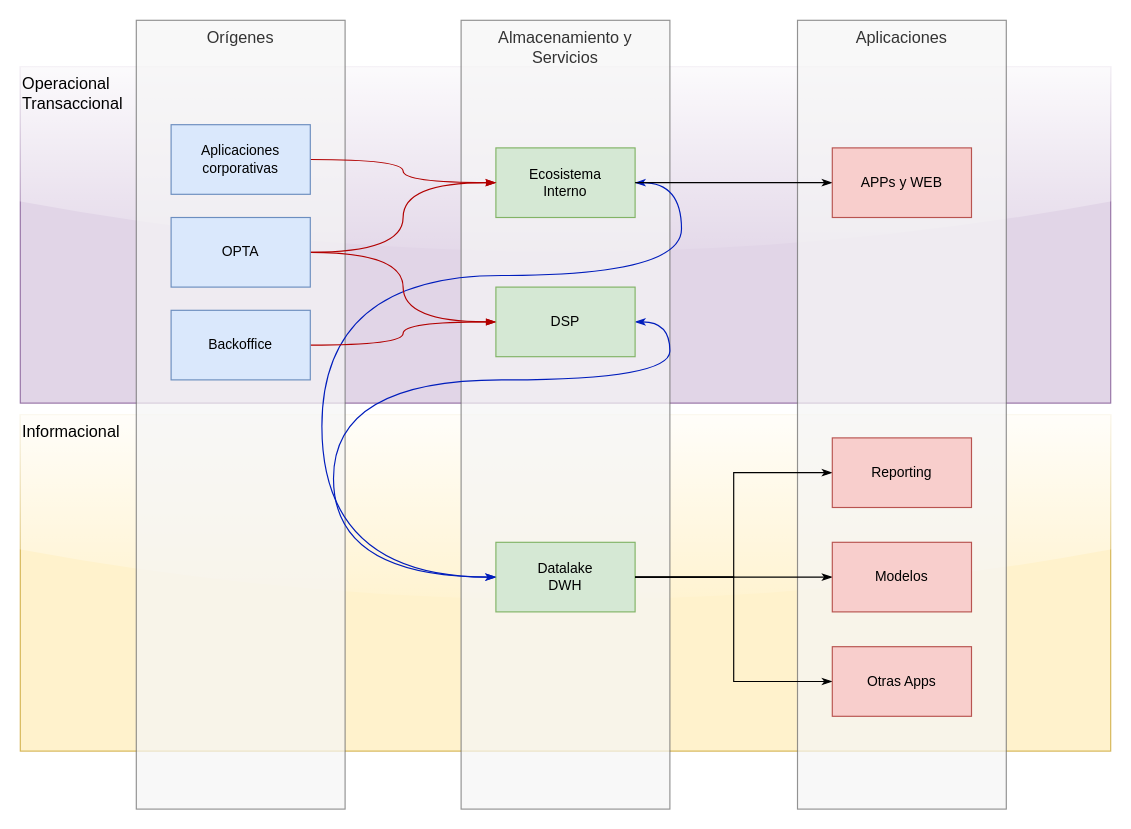
Above: draw.io/LaLiga/Sistemas_Informacion_v2.drawio in icuefue/draw.io (draw.io), before the change. Source tidied: cells renumbered, new cells numbered last; positions are measured from the earlier drawing's top-left corner, leaving out a move shared by most shapes. Both pictures are drawn from the tidied source at 116%, with x=0, y=0 at pixel (20, 20).
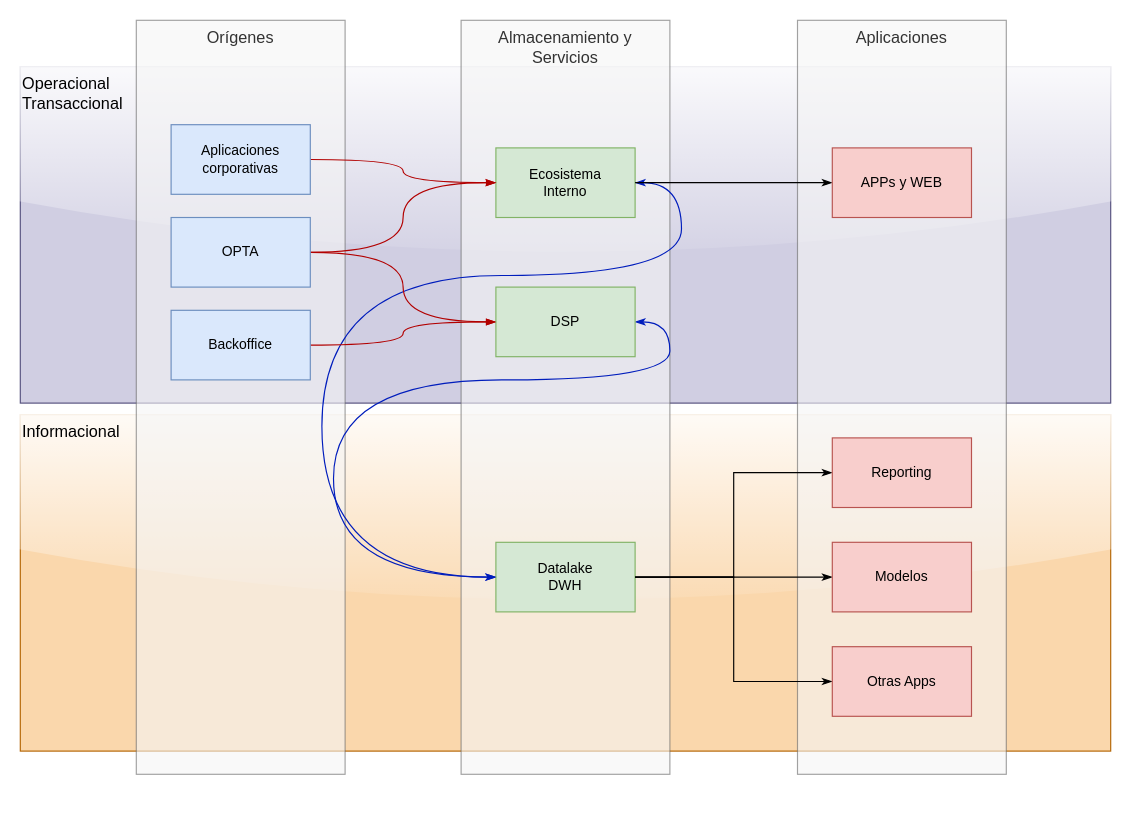
The same page after the edit.

What changed in the source:
```diff
@@
-    <mxCell id="2" value="Informacional" style="rounded=0;whiteSpace=wrap;html=1;verticalAlign=top;align=left;fillColor=#fff2cc;strokeColor=#d6b656;fontSize=14;glass=1;" parent="1" vertex="1">
+    <mxCell id="2" value="Informacional" style="rounded=0;whiteSpace=wrap;html=1;verticalAlign=top;align=left;fillColor=#fad7ac;strokeColor=#b46504;fontSize=14;glass=1;" parent="1" vertex="1">
       <mxGeometry y="340" width="940" height="290" as="geometry" />
     </mxCell>
-    <mxCell id="3" value="Operacional&lt;br style=&quot;font-size: 14px;&quot;&gt;Transaccional" style="rounded=0;whiteSpace=wrap;html=1;verticalAlign=top;align=left;fillColor=#e1d5e7;strokeColor=#9673a6;fontSize=14;glass=1;" parent="1" vertex="1">
+    <mxCell id="3" value="Operacional&lt;br style=&quot;font-size: 14px;&quot;&gt;Transaccional" style="rounded=0;whiteSpace=wrap;html=1;verticalAlign=top;align=left;fillColor=#d0cee2;strokeColor=#56517e;fontSize=14;glass=1;" parent="1" vertex="1">
       <mxGeometry y="40" width="940" height="290" as="geometry" />
     </mxCell>
-    <mxCell id="4" value="Aplicaciones" style="rounded=0;whiteSpace=wrap;html=1;align=center;verticalAlign=top;fillColor=#f5f5f5;strokeColor=#666666;fontColor=#333333;opacity=70;glass=0;fontSize=14;comic=0;shadow=0;" parent="1" vertex="1">
-      <mxGeometry x="670" width="180" height="680" as="geometry" />
+    <mxCell id="4" value="Aplicaciones" style="rounded=0;whiteSpace=wrap;html=1;align=center;verticalAlign=top;fillColor=#f5f5f5;strokeColor=#666666;fontColor=#333333;opacity=60;glass=0;fontSize=14;comic=0;shadow=0;" parent="1" vertex="1">
+      <mxGeometry x="670" width="180" height="650" as="geometry" />
     </mxCell>
-    <mxCell id="5" value="Almacenamiento y&lt;br style=&quot;font-size: 14px&quot;&gt;Servicios&lt;br style=&quot;font-size: 14px&quot;&gt;" style="rounded=0;whiteSpace=wrap;html=1;align=center;verticalAlign=top;fillColor=#f5f5f5;strokeColor=#666666;fontColor=#333333;opacity=70;fontSize=14;glass=0;" parent="1" vertex="1">
-      <mxGeometry x="380" width="180" height="680" as="geometry" />
+    <mxCell id="5" value="Almacenamiento y&lt;br style=&quot;font-size: 14px&quot;&gt;Servicios&lt;br style=&quot;font-size: 14px&quot;&gt;" style="rounded=0;whiteSpace=wrap;html=1;align=center;verticalAlign=top;fillColor=#f5f5f5;strokeColor=#666666;fontColor=#333333;opacity=60;fontSize=14;glass=0;" parent="1" vertex="1">
+      <mxGeometry x="380" width="180" height="650" as="geometry" />
     </mxCell>
-    <mxCell id="6" value="Orígenes&lt;br style=&quot;font-size: 14px;&quot;&gt;" style="rounded=0;whiteSpace=wrap;html=1;align=center;verticalAlign=top;fillColor=#f5f5f5;strokeColor=#666666;fontColor=#333333;opacity=70;fontSize=14;glass=0;" parent="1" vertex="1">
-      <mxGeometry x="100" width="180" height="680" as="geometry" />
+    <mxCell id="6" value="Orígenes&lt;br style=&quot;font-size: 14px;&quot;&gt;" style="rounded=0;whiteSpace=wrap;html=1;align=center;verticalAlign=top;fillColor=#f5f5f5;strokeColor=#666666;fontColor=#333333;opacity=60;fontSize=14;glass=0;" parent="1" vertex="1">
+      <mxGeometry x="100" width="180" height="650" as="geometry" />
     </mxCell>
```
